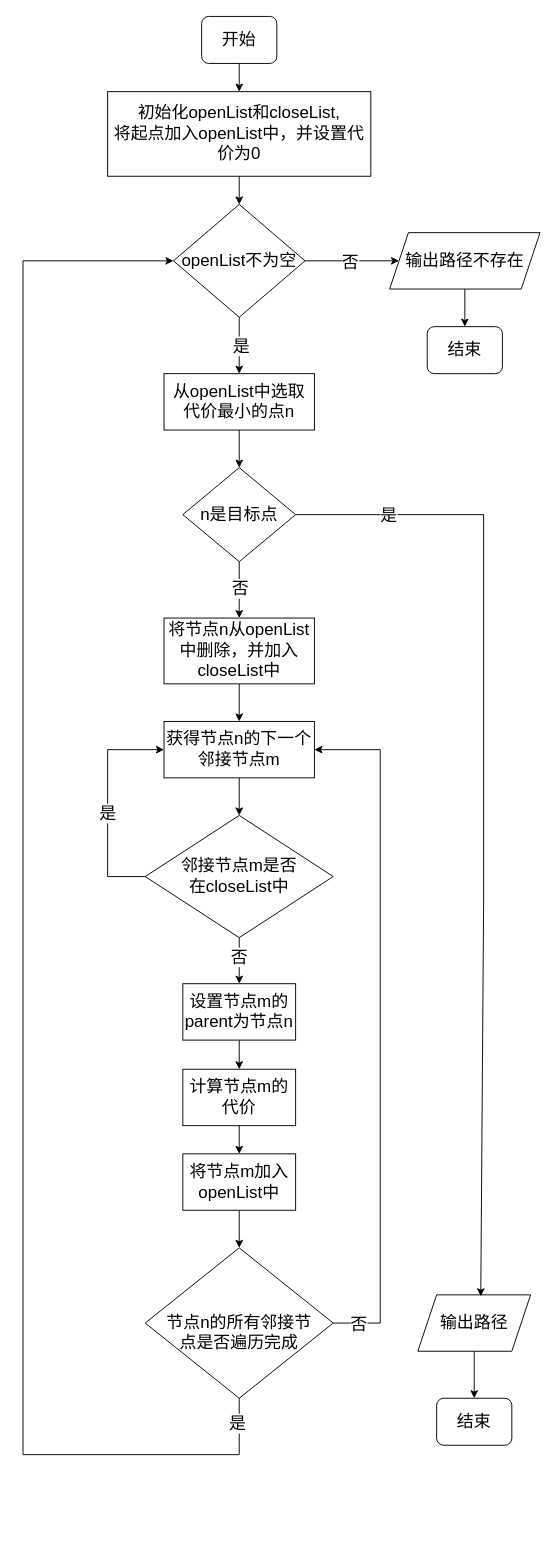
The draw.io diagram page "A*算法执行流程" (24 of 34) of wbooking docs/进区预约系统.drawio in sxc-one/e-conitl, before the edit. Source tidied: cells renumbered, new cells numbered last; positions are measured from the earlier drawing's top-left corner, leaving out a move shared by most shapes. Both pictures are drawn from the tidied source at 94%, with x=0, y=0 at pixel (23, 16).
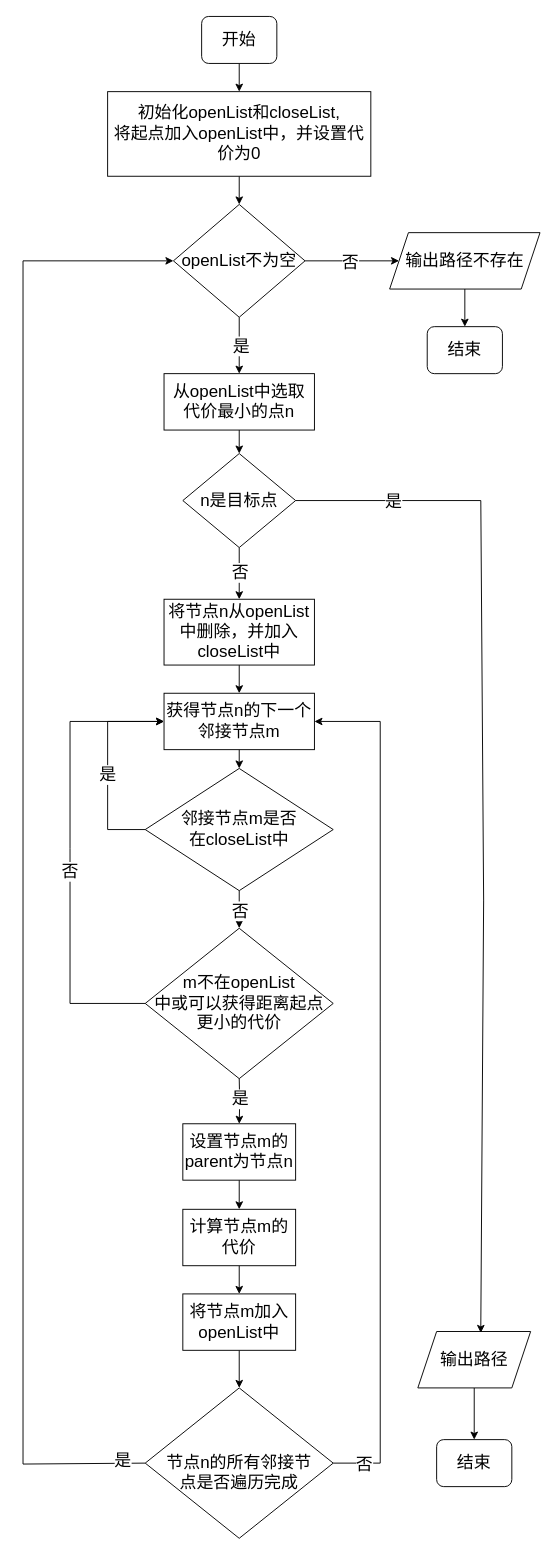
Above is the later version.

The change refers to these unchanged cells:
```xml
<mxCell id="11" value="openList不为空" style="rhombus;whiteSpace=wrap;html=1;fontSize=18;fillColor=#FFFFFF;rounded=0;" parent="1" vertex="1">
  <mxGeometry x="160" y="200" width="140" height="120" as="geometry" />
</mxCell>
```

The edit, as a diff of the source:
```diff
@@
     <mxCell id="13" value="输出路径" style="shape=parallelogram;perimeter=parallelogramPerimeter;whiteSpace=wrap;html=1;fixedSize=1;fontSize=18;fillColor=#FFFFFF;" parent="1" vertex="1">
-      <mxGeometry x="420" y="1360" width="120" height="60" as="geometry" />
+      <mxGeometry x="420" y="1399" width="120" height="60" as="geometry" />
     </mxCell>
@@
     <mxCell id="18" style="edgeStyle=none;rounded=0;jettySize=auto;html=1;exitX=1;exitY=0.5;exitDx=0;exitDy=0;entryX=0.558;entryY=0.025;entryDx=0;entryDy=0;entryPerimeter=0;fontSize=18;" parent="1" edge="1" source="20" target="13">
       <mxGeometry relative="1" as="geometry">
         <Array as="points">
-          <mxPoint x="490" y="530" />
+          <mxPoint x="487" y="515" />
           <mxPoint x="490" y="940" />
         </Array>
       </mxGeometry>
     </mxCell>
@@
     <mxCell id="20" value="n是目标点" style="rhombus;whiteSpace=wrap;html=1;fontSize=18;fillColor=#FFFFFF;rounded=0;" parent="1" vertex="1">
-      <mxGeometry x="170" y="480" width="120" height="100" as="geometry" />
+      <mxGeometry x="170" y="465" width="120" height="100" as="geometry" />
     </mxCell>
@@
     <mxCell id="22" value="将节点n从openList中删除，并加入closeList中" style="whiteSpace=wrap;html=1;fontSize=18;fillColor=#FFFFFF;rounded=0;" parent="1" vertex="1">
-      <mxGeometry x="150" y="640" width="160" height="70" as="geometry" />
+      <mxGeometry x="150" y="620" width="160" height="70" as="geometry" />
     </mxCell>
-    <mxCell id="23" style="edgeStyle=none;rounded=0;jettySize=auto;html=1;exitX=0.5;exitY=1;exitDx=0;exitDy=0;entryX=0;entryY=0.5;entryDx=0;entryDy=0;fontSize=18;" parent="1" edge="1" source="27" target="11">
+    <mxCell id="23" style="edgeStyle=none;rounded=0;jettySize=auto;html=1;exitX=0;exitY=0.5;exitDx=0;exitDy=0;entryX=0;entryY=0.5;entryDx=0;entryDy=0;fontSize=18;" parent="1" edge="1" source="27" target="11">
       <mxGeometry relative="1" as="geometry">
         <Array as="points">
-          <mxPoint x="230" y="1530" />
-          <mxPoint y="1530" />
+          <mxPoint y="1540" />
           <mxPoint y="260" />
         </Array>
       </mxGeometry>
     </mxCell>
@@
     <mxCell id="25" style="edgeStyle=none;rounded=0;jettySize=auto;html=1;exitX=1;exitY=0.5;exitDx=0;exitDy=0;entryX=1;entryY=0.5;entryDx=0;entryDy=0;fontSize=18;" parent="1" edge="1" source="27" target="40">
       <mxGeometry relative="1" as="geometry">
         <Array as="points">
-          <mxPoint x="380" y="1390" />
+          <mxPoint x="380" y="1539" />
           <mxPoint x="380" y="1090" />
-          <mxPoint x="380" y="780" />
+          <mxPoint x="380" y="750" />
         </Array>
       </mxGeometry>
     </mxCell>
@@
     <mxCell id="27" value="&lt;br&gt;节点n的所有邻接节&lt;br&gt;点是否遍历完成" style="rhombus;whiteSpace=wrap;html=1;fontSize=18;fillColor=#FFFFFF;rounded=0;" parent="1" vertex="1">
-      <mxGeometry x="130" y="1310" width="200" height="160" as="geometry" />
+      <mxGeometry x="130" y="1459" width="200" height="160" as="geometry" />
     </mxCell>
     <mxCell id="28" style="edgeStyle=none;rounded=0;jettySize=auto;html=1;exitX=0;exitY=0.5;exitDx=0;exitDy=0;entryX=0;entryY=0.5;entryDx=0;entryDy=0;fontSize=18;" parent="1" edge="1" source="32" target="40">
       <mxGeometry relative="1" as="geometry">
         <Array as="points">
-          <mxPoint x="90" y="915" />
-          <mxPoint x="90" y="780" />
+          <mxPoint x="90" y="865" />
+          <mxPoint x="90" y="750" />
         </Array>
       </mxGeometry>
     </mxCell>
@@
-    <mxCell id="30" style="edgeStyle=none;rounded=0;jettySize=auto;html=1;exitX=0.5;exitY=1;exitDx=0;exitDy=0;entryX=0.5;entryY=0;entryDx=0;entryDy=0;fontSize=18;" parent="1" edge="1" source="32" target="34">
-      <mxGeometry relative="1" as="geometry" />
-    </mxCell>
-    <mxCell id="31" value="否" style="edgeLabel;html=1;align=center;verticalAlign=middle;fontSize=18;" parent="30" vertex="1">
-      <mxGeometry x="-0.18" y="-1" relative="1" as="geometry" />
-    </mxCell>
+    <mxCell id="45" style="edgeStyle=orthogonalEdgeStyle;rounded=0;jettySize=auto;html=1;" parent="1" edge="1" source="32" target="47">
+      <mxGeometry relative="1" as="geometry" />
+    </mxCell>
+    <mxCell id="46" value="&lt;font style=&quot;font-size: 18px;&quot;&gt;否&lt;/font&gt;" style="edgeLabel;html=1;align=center;verticalAlign=middle;" parent="45" vertex="1">
+      <mxGeometry x="0.04" relative="1" as="geometry" />
+    </mxCell>
     <mxCell id="32" value="邻接节点m是否&lt;br&gt;在closeList中" style="rhombus;whiteSpace=wrap;html=1;fontSize=18;fillColor=#FFFFFF;rounded=0;" parent="1" vertex="1">
-      <mxGeometry x="130" y="850" width="200" height="130" as="geometry" />
+      <mxGeometry x="130" y="800" width="200" height="130" as="geometry" />
     </mxCell>
@@
     <mxCell id="34" value="设置节点m的parent为节点n" style="whiteSpace=wrap;html=1;fontSize=18;fillColor=#FFFFFF;rounded=0;" parent="1" vertex="1">
-      <mxGeometry x="170" y="1029" width="120" height="60" as="geometry" />
+      <mxGeometry x="170" y="1178" width="120" height="60" as="geometry" />
     </mxCell>
@@
     <mxCell id="36" value="计算节点m的代价" style="whiteSpace=wrap;html=1;fontSize=18;fillColor=#FFFFFF;rounded=0;" parent="1" vertex="1">
-      <mxGeometry x="170" y="1120" width="120" height="60" as="geometry" />
+      <mxGeometry x="170" y="1269" width="120" height="60" as="geometry" />
     </mxCell>
@@
     <mxCell id="38" value="将节点m加入openList中" style="whiteSpace=wrap;html=1;fontSize=18;fillColor=#FFFFFF;rounded=0;" parent="1" vertex="1">
-      <mxGeometry x="170" y="1210" width="120" height="60" as="geometry" />
+      <mxGeometry x="170" y="1359" width="120" height="60" as="geometry" />
     </mxCell>
@@
     <mxCell id="40" value="获得节点n的下一个邻接节点m" style="rounded=0;whiteSpace=wrap;html=1;fontSize=18;fillColor=#FFFFFF;" parent="1" vertex="1">
-      <mxGeometry x="150" y="750" width="160" height="60" as="geometry" />
+      <mxGeometry x="150" y="720" width="160" height="60" as="geometry" />
     </mxCell>
@@
     <mxCell id="44" value="结束" style="rounded=1;whiteSpace=wrap;html=1;fontSize=18;fillColor=#FFFFFF;" parent="1" vertex="1">
-      <mxGeometry x="440" y="1470" width="80" height="50" as="geometry" />
+      <mxGeometry x="440" y="1514" width="80" height="50" as="geometry" />
     </mxCell>
+    <mxCell id="47" value="m不在openList&lt;br&gt;中或可以获得距离起点&lt;br&gt;更小的代价" style="rhombus;whiteSpace=wrap;html=1;fontSize=18;fillColor=#FFFFFF;rounded=0;" parent="1" vertex="1">
+      <mxGeometry x="130" y="970" width="200" height="160" as="geometry" />
+    </mxCell>
+    <mxCell id="48" style="edgeStyle=none;rounded=0;jettySize=auto;html=1;exitX=0;exitY=0.5;exitDx=0;exitDy=0;entryX=0;entryY=0.5;entryDx=0;entryDy=0;fontSize=18;" parent="1" edge="1" source="47" target="40">
+      <mxGeometry relative="1" as="geometry">
+        <Array as="points">
+          <mxPoint x="50" y="1050" />
+          <mxPoint x="50" y="885" />
+          <mxPoint x="50" y="750" />
+        </Array>
+      </mxGeometry>
+    </mxCell>
+    <mxCell id="31" value="否" style="edgeLabel;html=1;align=center;verticalAlign=middle;fontSize=18;" parent="48" vertex="1">
+      <mxGeometry x="-0.08" y="1" relative="1" as="geometry" />
+    </mxCell>
+    <mxCell id="49" style="edgeStyle=orthogonalEdgeStyle;rounded=0;jettySize=auto;html=1;entryX=0.5;entryY=0;entryDx=0;entryDy=0;" parent="1" edge="1" target="34">
+      <mxGeometry relative="1" as="geometry">
+        <mxPoint x="230" y="1130" as="sourcePoint" />
+      </mxGeometry>
+    </mxCell>
+    <mxCell id="50" value="&lt;font style=&quot;font-size: 18px;&quot;&gt;是&lt;/font&gt;" style="edgeLabel;html=1;align=center;verticalAlign=middle;" parent="49" vertex="1">
+      <mxGeometry x="-0.1" relative="1" as="geometry" />
+    </mxCell>
```
